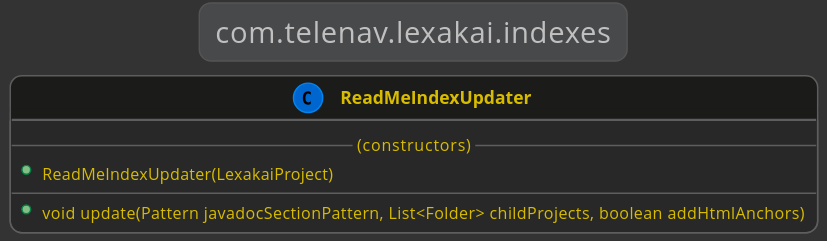
This is documentation/diagrams/com.telenav.lexakai.indexes.svg from Telenav/lexakai, a PlantUML export, as it was before one commit.
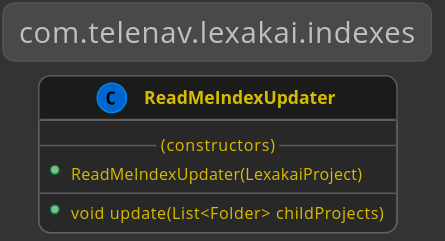
The same diagram one commit later.

Change to the diagram source:
```diff
@@ -1,6 +1,6 @@
 @startuml
 
-    !include ../lexakai.theme
+    !include ../lexakai/lexakai.theme
 
     title "com.telenav.lexakai.indexes"
 
@@ -9,7 +9,7 @@
         --(constructors)--
         +ReadMeIndexUpdater(LexakaiProject)
         --
-        +void update(Pattern javadocSectionPattern, List<Folder> childProjects, boolean addHtmlAnchors)
+        +void update(List<Folder> childProjects)
     }
 
 @enduml
```
